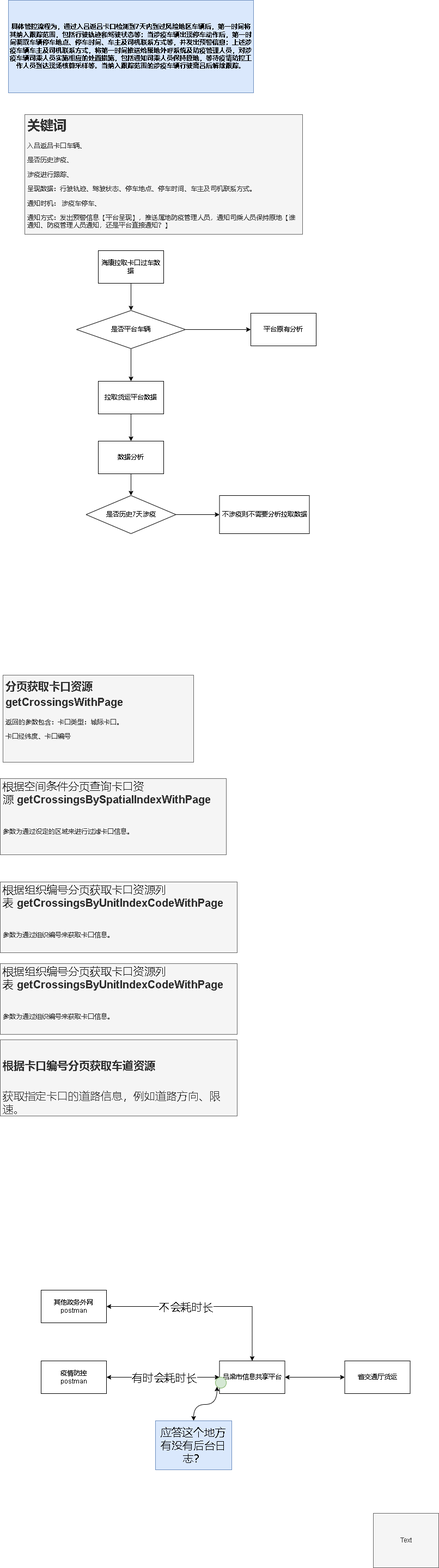
Earlier version of the draw.io export 吕梁疫情防控.drawio.png (xktder/draw). Source tidied: cells renumbered, new cells last; positions are measured from the earlier drawing's top-left corner, leaving out a move shared by most shapes.
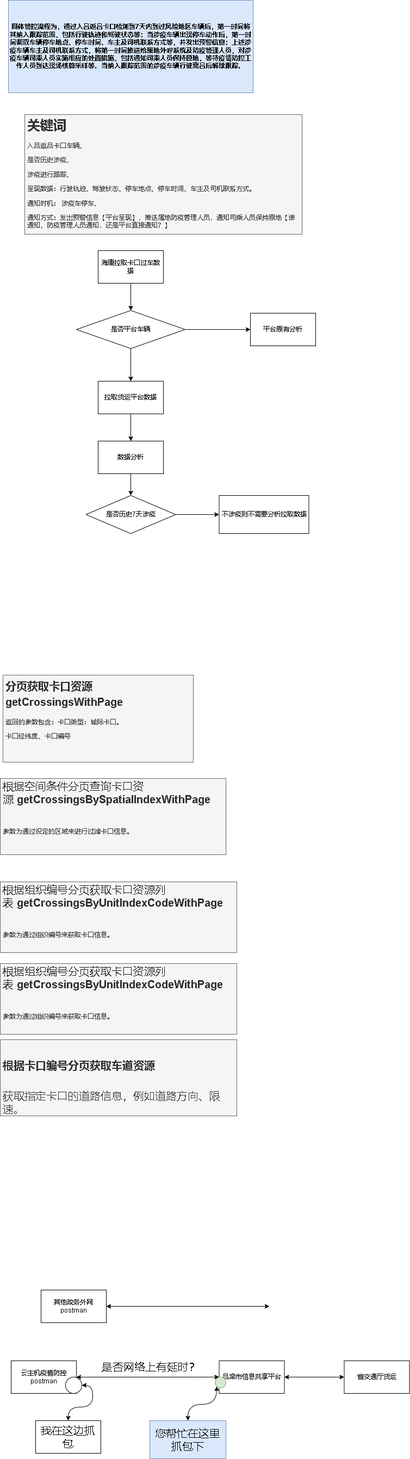
Later version of the same file.

Commit message:
更新吕梁疫情防控.drawio.png

The edit, as a diff of the source:
```diff
@@ -63,15 +63,20 @@
       <mxGeometry y="1910" width="435" height="140" as="geometry" />
     </mxCell>
     <mxCell id="22" style="edgeStyle=orthogonalEdgeStyle;rounded=0;jettySize=auto;html=1;entryX=0;entryY=0.5;entryDx=0;entryDy=0;startArrow=classic;startFill=1;" parent="1" edge="1" source="24" target="26">
-      <mxGeometry relative="1" as="geometry" />
+      <mxGeometry relative="1" as="geometry">
+        <Array as="points">
+          <mxPoint x="355" y="2530" />
+          <mxPoint x="355" y="2530" />
+        </Array>
+      </mxGeometry>
     </mxCell>
-    <mxCell id="23" value="有时会耗时长" style="edgeLabel;html=1;align=center;verticalAlign=middle;fontSize=20;" parent="22" vertex="1">
-      <mxGeometry x="-0.4" y="1" relative="1" as="geometry">
-        <mxPoint x="43" y="1" as="offset" />
-      </mxGeometry>
-    </mxCell>
+    <mxCell id="35" value="是否网络上有延时？" style="edgeLabel;html=1;align=center;verticalAlign=middle;fontSize=20;" parent="22" vertex="1">
+      <mxGeometry x="0.09" y="1" relative="1" as="geometry">
+        <mxPoint x="-7" y="-19" as="offset" />
+      </mxGeometry>
+    </mxCell>
-    <mxCell id="24" value="疫情防控&lt;br&gt;postman" style="rounded=0;whiteSpace=wrap;html=1;" parent="1" vertex="1">
-      <mxGeometry x="75" y="2500" width="120" height="60" as="geometry" />
+    <mxCell id="24" value="云主机疫情防控&lt;br&gt;postman" style="rounded=0;whiteSpace=wrap;html=1;" parent="1" vertex="1">
+      <mxGeometry x="20" y="2500" width="120" height="60" as="geometry" />
     </mxCell>
     <mxCell id="25" style="edgeStyle=orthogonalEdgeStyle;rounded=0;jettySize=auto;html=1;entryX=0;entryY=0.5;entryDx=0;entryDy=0;startArrow=classic;startFill=1;" parent="1" edge="1" source="26" target="27">
       <mxGeometry relative="1" as="geometry" />
@@ -82,17 +87,11 @@
     <mxCell id="27" value="省交通厅货运" style="rounded=0;whiteSpace=wrap;html=1;" parent="1" vertex="1">
       <mxGeometry x="632.5" y="2500" width="120" height="60" as="geometry" />
     </mxCell>
-    <mxCell id="28" value="Text" style="text;html=1;align=center;verticalAlign=middle;whiteSpace=wrap;rounded=0;fillColor=#f5f5f5;fontColor=#333333;strokeColor=#666666;" parent="1" vertex="1">
-      <mxGeometry x="685" y="2780" width="120" height="100" as="geometry" />
-    </mxCell>
-    <mxCell id="29" style="edgeStyle=orthogonalEdgeStyle;rounded=0;jettySize=auto;html=1;entryX=0.5;entryY=0;entryDx=0;entryDy=0;startArrow=classic;startFill=1;" parent="1" edge="1" source="31" target="26">
-      <mxGeometry relative="1" as="geometry" />
+    <mxCell id="29" style="edgeStyle=orthogonalEdgeStyle;rounded=0;jettySize=auto;html=1;startArrow=classic;startFill=1;" parent="1" edge="1" source="31">
+      <mxGeometry relative="1" as="geometry">
+        <mxPoint x="495" y="2400" as="targetPoint" />
+      </mxGeometry>
     </mxCell>
-    <mxCell id="30" value="不会耗时长" style="edgeLabel;html=1;align=center;verticalAlign=middle;fontSize=20;" parent="29" vertex="1">
-      <mxGeometry x="-0.54" y="1" relative="1" as="geometry">
-        <mxPoint x="61" y="1" as="offset" />
-      </mxGeometry>
-    </mxCell>
     <mxCell id="31" value="其他政务外网&lt;br&gt;postman" style="rounded=0;whiteSpace=wrap;html=1;" parent="1" vertex="1">
       <mxGeometry x="75" y="2370" width="120" height="60" as="geometry" />
     </mxCell>
@@ -102,8 +101,17 @@
     <mxCell id="33" style="ellipse;whiteSpace=wrap;html=1;fontSize=20;fillColor=#d5e8d4;strokeColor=#82b366;" parent="1" vertex="1">
       <mxGeometry x="395" y="2530" width="20" height="20" as="geometry" />
     </mxCell>
-    <mxCell id="34" value="应答这个地方有没有后台日志？" style="text;html=1;strokeColor=#6c8ebf;fillColor=#dae8fc;align=center;verticalAlign=middle;whiteSpace=wrap;rounded=0;fontSize=20;" parent="1" vertex="1">
-      <mxGeometry x="285" y="2610" width="140" height="90" as="geometry" />
+    <mxCell id="34" value="您帮忙在这里抓包下" style="text;html=1;strokeColor=#6c8ebf;fillColor=#dae8fc;align=center;verticalAlign=middle;whiteSpace=wrap;rounded=0;fontSize=20;" parent="1" vertex="1">
+      <mxGeometry x="275" y="2610" width="140" height="70" as="geometry" />
     </mxCell>
+    <mxCell id="36" style="edgeStyle=orthogonalEdgeStyle;curved=1;rounded=0;jettySize=auto;html=1;exitX=1;exitY=0.5;exitDx=0;exitDy=0;fontSize=20;startArrow=classic;startFill=1;" parent="1" edge="1" source="37" target="38">
+      <mxGeometry relative="1" as="geometry" />
+    </mxCell>
+    <mxCell id="37" style="ellipse;whiteSpace=wrap;html=1;fontSize=20;" parent="1" vertex="1">
+      <mxGeometry x="120" y="2530" width="30" height="30" as="geometry" />
+    </mxCell>
+    <mxCell id="38" value="我在这边抓包" style="rounded=0;whiteSpace=wrap;html=1;fontSize=20;fillColor=none;" parent="1" vertex="1">
+      <mxGeometry x="65" y="2610" width="120" height="60" as="geometry" />
+    </mxCell>
   </root>
 </mxGraphModel>
```
